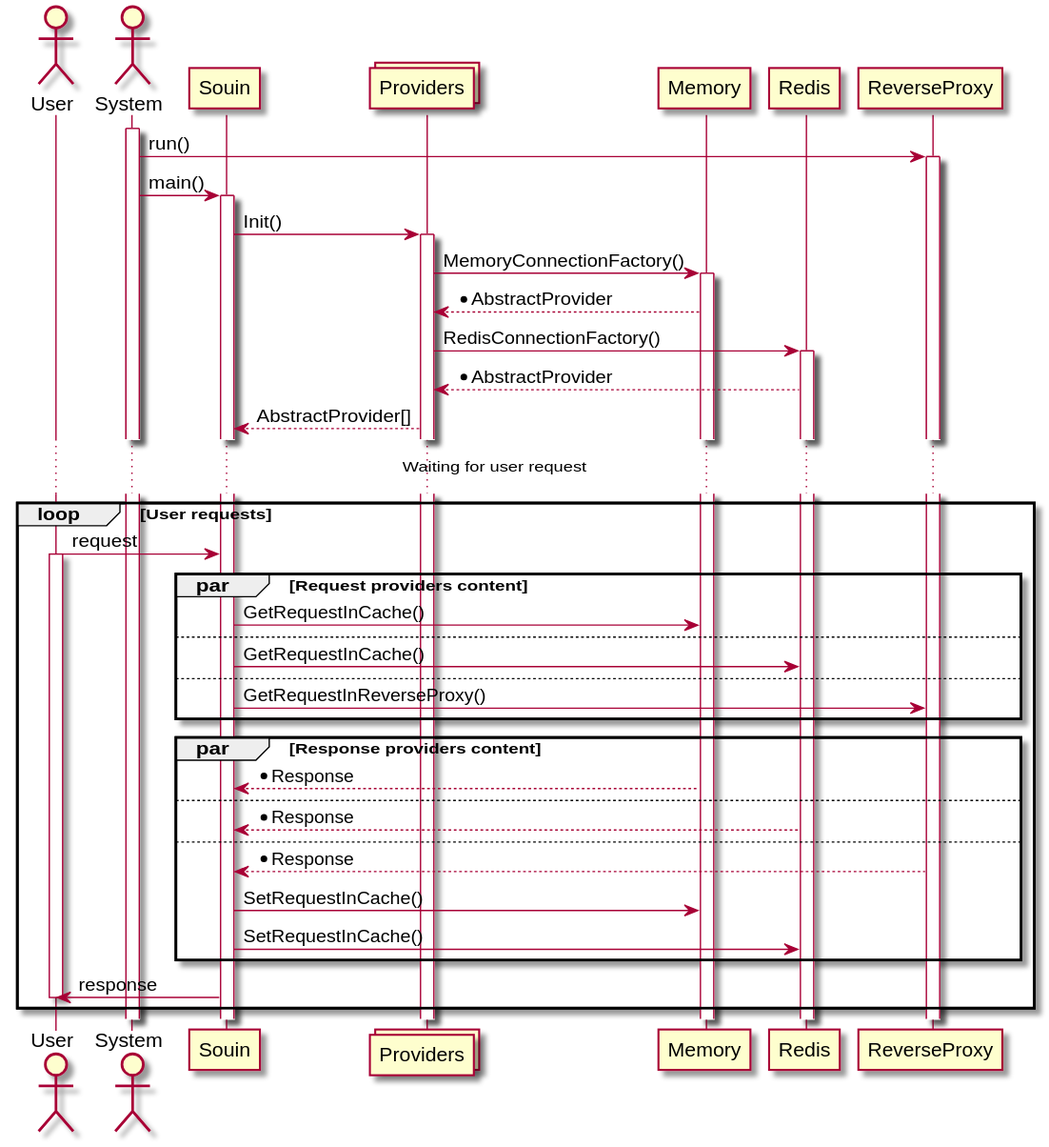
Earlier version of the PlantUML export docs/plantUML/sequenceDiagram.svg (darkweak/souin).
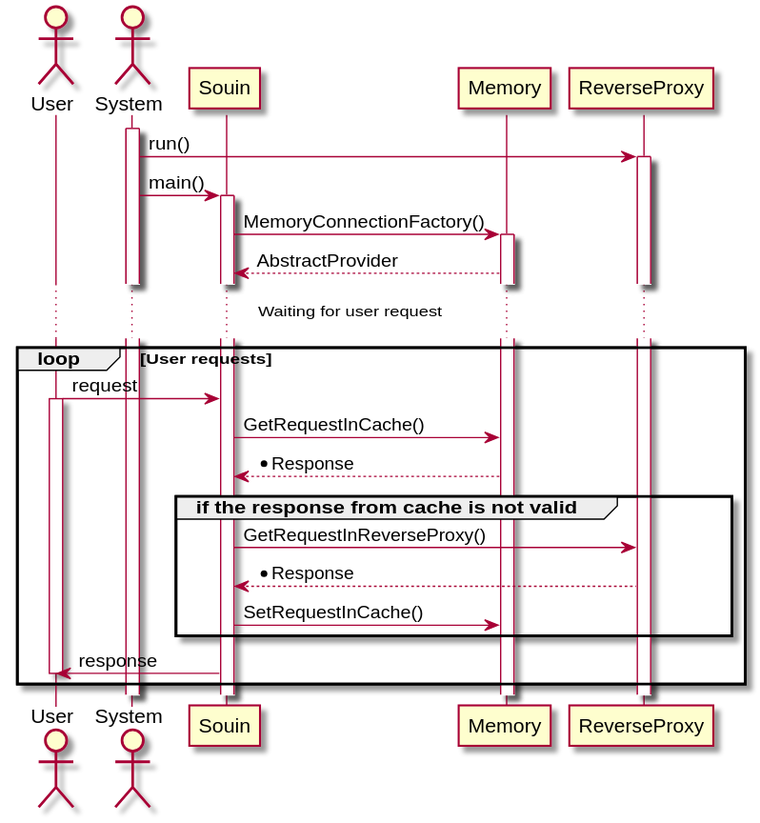
Later version of the same file.

What changed in the source:
```diff
@@ -3,38 +3,22 @@
 actor System
 activate System
 participant Souin
-collections Providers
 participant Memory
-participant Redis
 participant ReverseProxy
 System -> ReverseProxy ++ : run()
 System -> Souin ++ : main()
-Souin -> Providers : Init()
-activate Providers
-Providers -> Memory ++ : MemoryConnectionFactory()
-Providers <-- Memory : *AbstractProvider
-Providers -> Redis ++ : RedisConnectionFactory()
-Providers <-- Redis : *AbstractProvider
-Souin <-- Providers : AbstractProvider[]
+Souin -> Memory ++ : MemoryConnectionFactory()
+Souin <-- Memory : AbstractProvider
 ... Waiting for user request ...
 loop User requests
   User -> Souin : request
   activate User
-  par Request providers content
-    Souin -> Memory: GetRequestInCache()
-  else
-    Souin -> Redis: GetRequestInCache()
-  else
+  Souin -> Memory: GetRequestInCache()
+  Souin <-- Memory: *Response
+  group if the response from cache is not valid
     Souin -> ReverseProxy: GetRequestInReverseProxy()
-  end
-  par Response providers content
-    Souin <-- Memory: *Response
-  else
-    Souin <-- Redis: *Response
-  else
     Souin <-- ReverseProxy: *Response
     Souin -> Memory: SetRequestInCache()
-    Souin -> Redis: SetRequestInCache()
   end
 Souin -> User : response
 deactivate User
```
